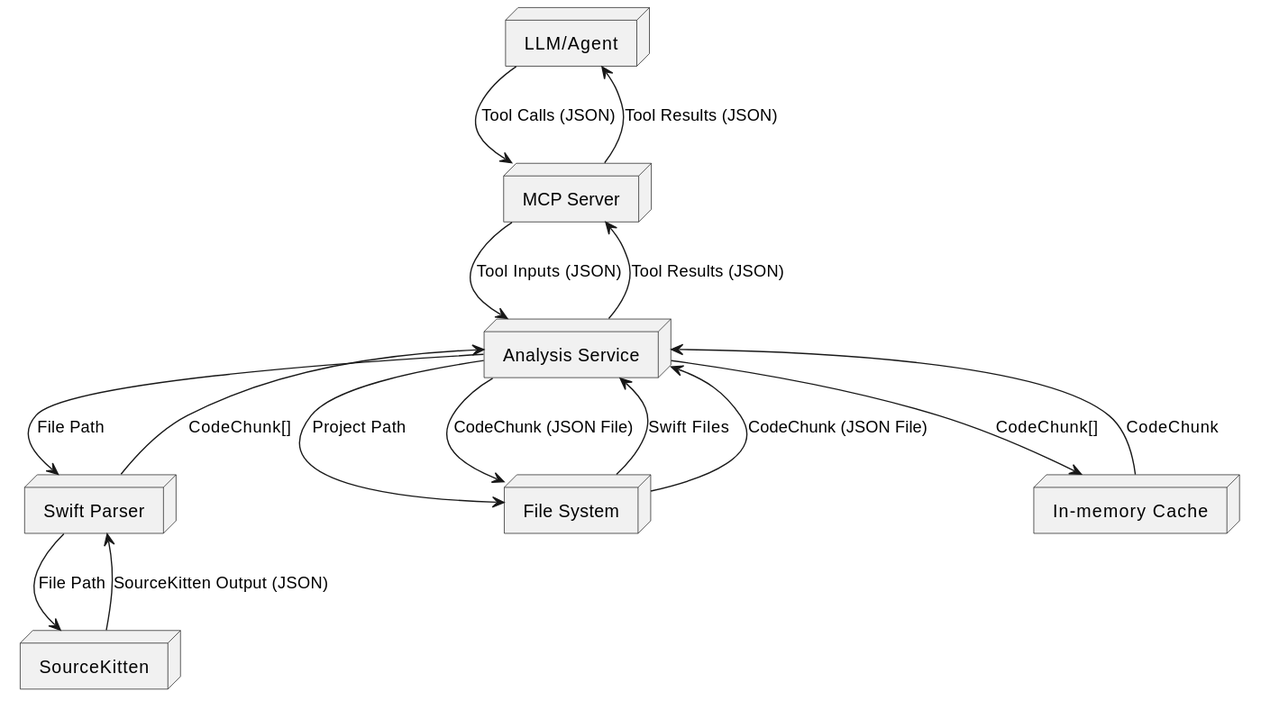
The PlantUML diagram doc/diagrams/data_flow_diagram.svg in aoitan/project-analyzer-mcp, before a commit.
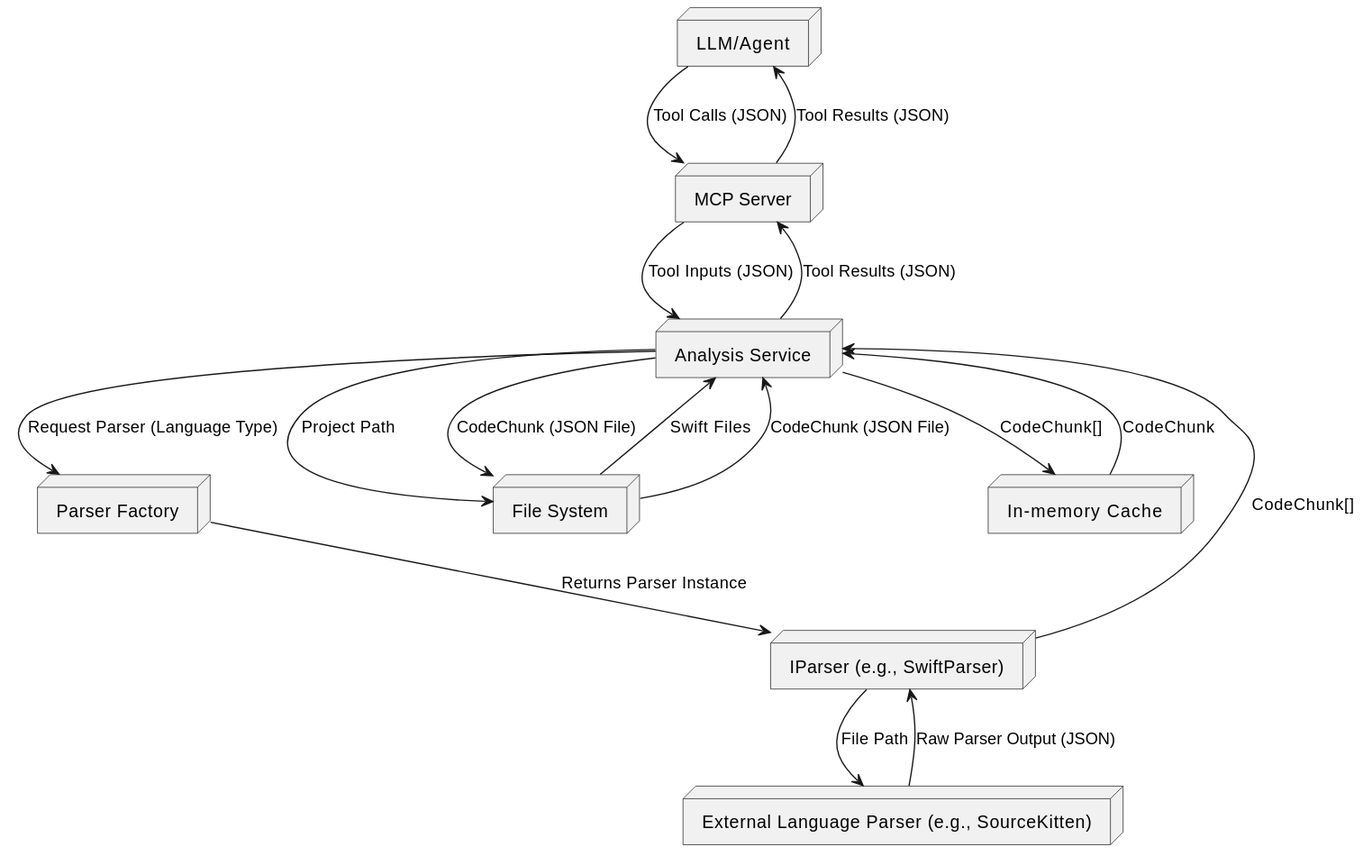
After the change.

The edit, as a diff of the source:
```diff
@@ -2,8 +2,9 @@
 node "LLM/Agent" as LLM
 node "MCP Server" as Server
 node "Analysis Service" as AS
-node "Swift Parser" as SP
-node "SourceKitten" as SK
+node "Parser Factory" as PF
+node "IParser (e.g., SwiftParser)" as Parser
+node "External Language Parser (e.g., SourceKitten)" as ELP
 node "File System" as FS
 node "In-memory Cache" as Cache
 
@@ -13,10 +14,11 @@
 AS --> FS : Project Path
 FS --> AS : Swift Files
 
-AS --> SP : File Path
-SP --> SK : File Path
-SK --> SP : SourceKitten Output (JSON)
-SP --> AS : CodeChunk[]
+AS --> PF : Request Parser (Language Type)
+PF --> Parser : Returns Parser Instance
+Parser --> ELP : File Path
+ELP --> Parser : Raw Parser Output (JSON)
+Parser --> AS : CodeChunk[]
 
 AS --> Cache : CodeChunk[]
 AS --> FS : CodeChunk (JSON File)
```
